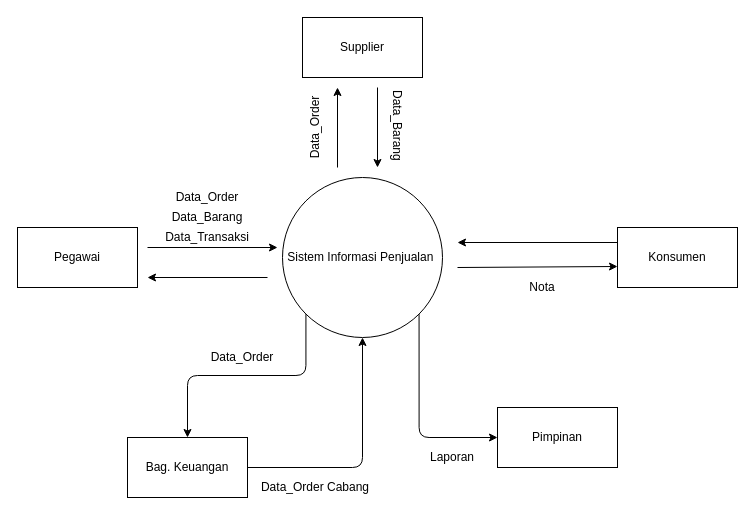
This is Context Diagram Sistem Informasi Penjualan.drawio from suryaindra23/belajar, a draw.io file, before an edit. Source tidied: cells renumbered, new cells numbered last; positions are measured from the earlier drawing's top-left corner, leaving out a move shared by most shapes. Both pictures are drawn from the tidied source at 100%, with x=0, y=0 at pixel (17, 17).
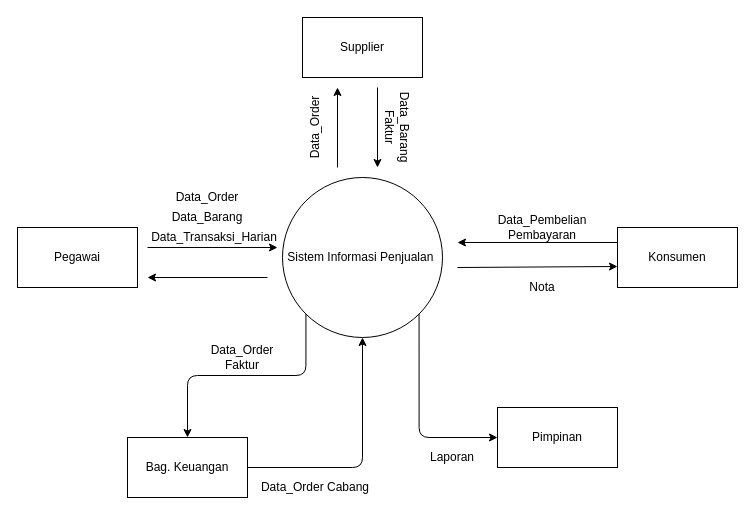
After the change.

Diff of the diagram source:
```diff
@@
-    <mxCell id="18" value="Data_Barang&amp;nbsp;" style="text;html=1;strokeColor=none;fillColor=none;align=center;verticalAlign=middle;whiteSpace=wrap;rounded=0;rotation=90;" parent="1" vertex="1">
+    <mxCell id="18" value="Data_Barang Faktur&lt;br&gt;" style="text;html=1;strokeColor=none;fillColor=none;align=center;verticalAlign=middle;whiteSpace=wrap;rounded=0;rotation=90;" parent="1" vertex="1">
       <mxGeometry x="360" y="100" width="40" height="20" as="geometry" />
     </mxCell>
@@
-    <mxCell id="21" value="Data_Transaksi" style="text;html=1;strokeColor=none;fillColor=none;align=center;verticalAlign=middle;whiteSpace=wrap;rounded=0;" parent="1" vertex="1">
-      <mxGeometry x="145" y="210" width="90" height="20" as="geometry" />
+    <mxCell id="21" value="Data_Transaksi_Harian" style="text;html=1;strokeColor=none;fillColor=none;align=center;verticalAlign=middle;whiteSpace=wrap;rounded=0;" parent="1" vertex="1">
+      <mxGeometry x="132.5" y="210" width="127.5" height="20" as="geometry" />
     </mxCell>
-    <mxCell id="22" value="Data_Order" style="text;html=1;strokeColor=none;fillColor=none;align=center;verticalAlign=middle;whiteSpace=wrap;rounded=0;" parent="1" vertex="1">
+    <mxCell id="22" value="Data_Order&lt;br&gt;Faktur" style="text;html=1;strokeColor=none;fillColor=none;align=center;verticalAlign=middle;whiteSpace=wrap;rounded=0;" parent="1" vertex="1">
       <mxGeometry x="190" y="330" width="70" height="20" as="geometry" />
     </mxCell>
@@
+    <mxCell id="26" value="Data_Pembelian Pembayaran" style="text;html=1;strokeColor=none;fillColor=none;align=center;verticalAlign=middle;whiteSpace=wrap;rounded=0;rotation=0;" parent="1" vertex="1">
+      <mxGeometry x="505" y="200" width="40" height="20" as="geometry" />
+    </mxCell>
```
